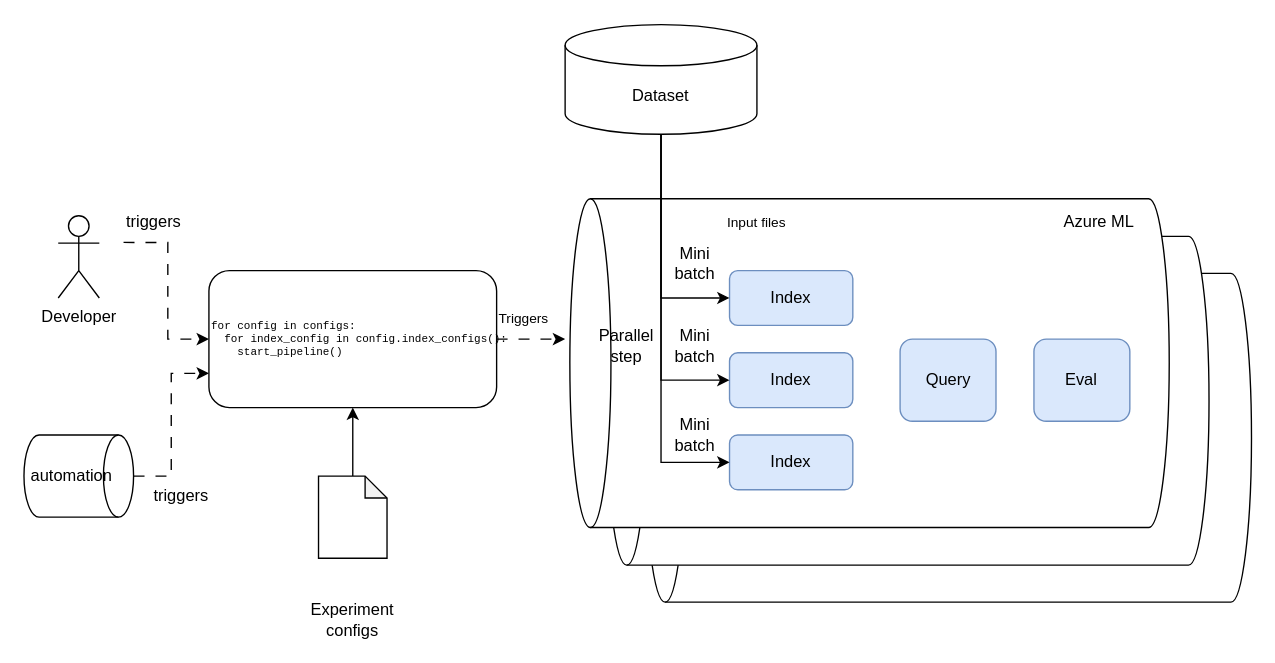
Above: images/AzureMLPipeline.drawio in microsoft/rag-experiment-accelerator (draw.io), before the change. Source tidied: cells renumbered, new cells numbered last; positions are measured from the earlier drawing's top-left corner, leaving out a move shared by most shapes. Both pictures are drawn from the tidied source at 137%, with x=0, y=0 at pixel (30, 23).
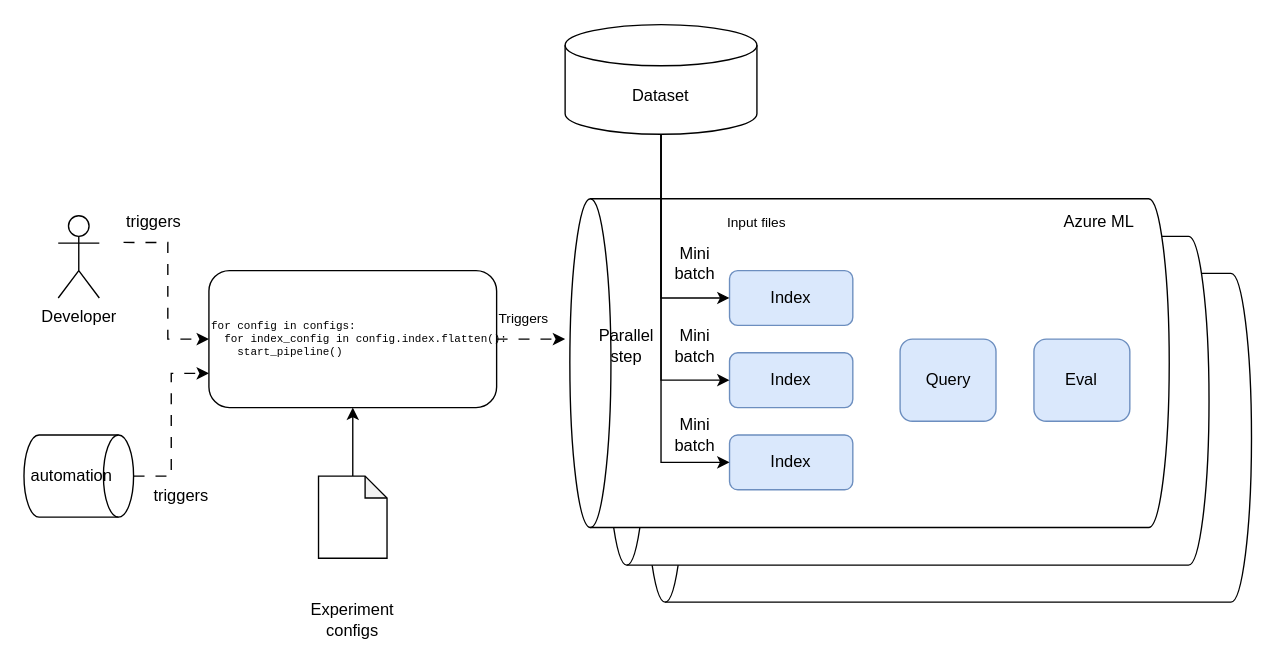
The same diagram, later.

The edit, as a diff of the source:
```diff
@@
-    <mxCell id="11" value="&lt;pre style=&quot;font-size: 8px;&quot;&gt;for config in configs:&lt;br&gt;  for index_config in config.index_configs():&lt;br&gt;    start_pipeline()&lt;/pre&gt;" style="rounded=1;whiteSpace=wrap;html=1;align=left;" parent="1" vertex="1">
+    <mxCell id="11" value="&lt;pre style=&quot;font-size: 8px;&quot;&gt;for config in configs:&lt;br&gt;  for index_config in config.index.flatten():&lt;br&gt;    start_pipeline()&lt;/pre&gt;" style="rounded=1;whiteSpace=wrap;html=1;align=left;" parent="1" vertex="1">
       <mxGeometry x="130" y="180" width="210" height="100" as="geometry" />
     </mxCell>
```
